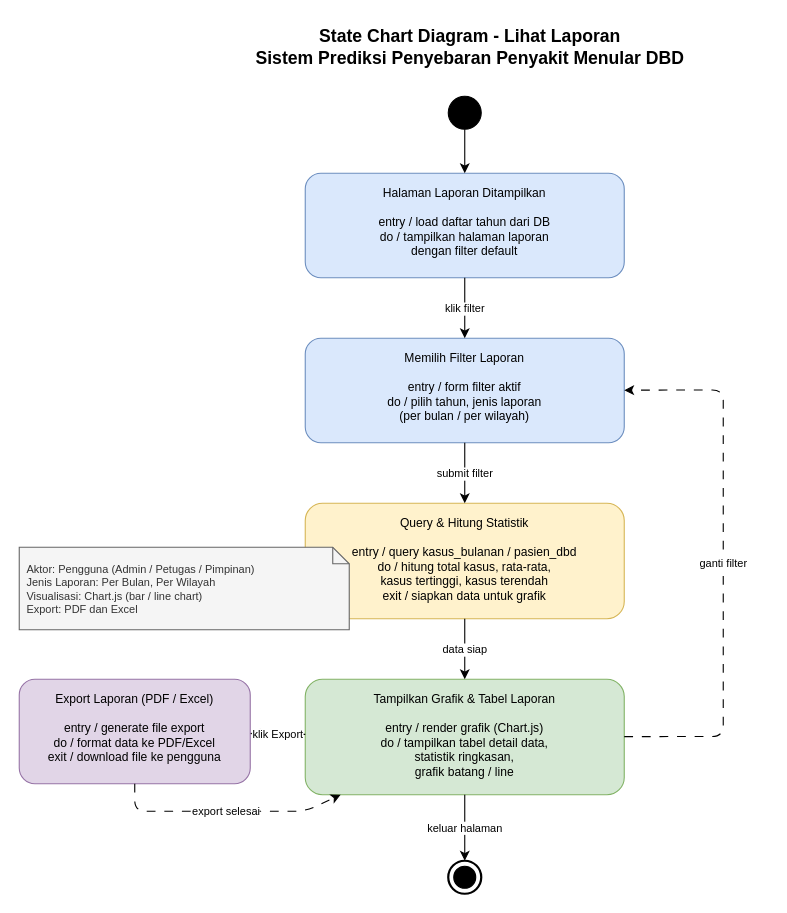
Above: Dokumen/UML/state_chart_laporan.drawio in Suwardi87/prediksi-DBD (draw.io), before the change. Source tidied: cells renumbered, new cells numbered last; positions are measured from the earlier drawing's top-left corner, leaving out a move shared by most shapes. Both pictures are drawn from the tidied source at 110%, with x=0, y=0 at pixel (19, 19).
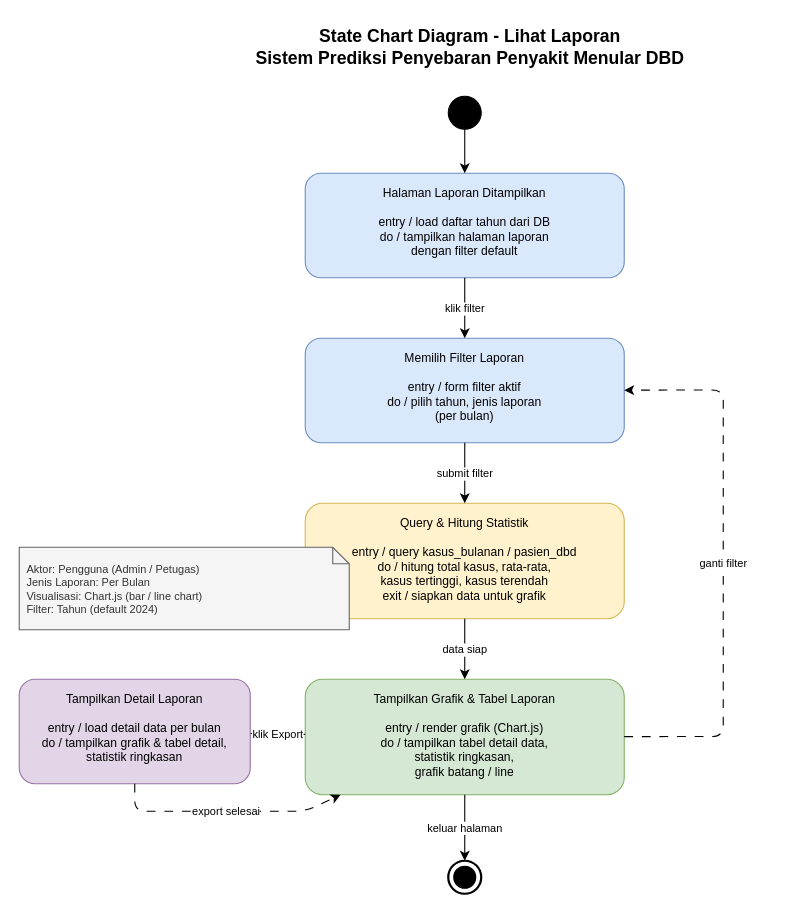
The same diagram, later.

The edit, as a diff of the source:
```diff
@@
-    <mxCell id="6" value="Memilih Filter Laporan&#10;&#10;entry / form filter aktif&#10;do / pilih tahun, jenis laporan&#10;       (per bulan / per wilayah)" style="rounded=1;whiteSpace=wrap;html=1;fillColor=#dae8fc;strokeColor=#6c8ebf;fontSize=11;verticalAlign=top;spacingTop=5;" parent="1" vertex="1">
+    <mxCell id="6" value="Memilih Filter Laporan&#10;&#10;entry / form filter aktif&#10;do / pilih tahun, jenis laporan&#10;       (per bulan)" style="rounded=1;whiteSpace=wrap;html=1;fillColor=#dae8fc;strokeColor=#6c8ebf;fontSize=11;verticalAlign=top;spacingTop=5;" parent="1" vertex="1">
       <mxGeometry x="260" y="290" width="290" height="95" as="geometry" />
     </mxCell>
@@
-    <mxCell id="13" value="Export Laporan (PDF / Excel)&#10;&#10;entry / generate file export&#10;do / format data ke PDF/Excel&#10;exit / download file ke pengguna" style="rounded=1;whiteSpace=wrap;html=1;fillColor=#e1d5e7;strokeColor=#9673a6;fontSize=11;verticalAlign=top;spacingTop=5;" parent="1" vertex="1">
+    <mxCell id="13" value="Tampilkan Detail Laporan&#10;&#10;entry / load detail data per bulan&#10;do / tampilkan grafik &amp; tabel detail,&#10;       statistik ringkasan" style="rounded=1;whiteSpace=wrap;html=1;fillColor=#e1d5e7;strokeColor=#9673a6;fontSize=11;verticalAlign=top;spacingTop=5;" parent="1" vertex="1">
       <mxGeometry y="600" width="210" height="95" as="geometry" />
     </mxCell>
@@
-    <mxCell id="19" value="Aktor: Pengguna (Admin / Petugas / Pimpinan)&#10;Jenis Laporan: Per Bulan, Per Wilayah&#10;Visualisasi: Chart.js (bar / line chart)&#10;Export: PDF dan Excel" style="shape=note;whiteSpace=wrap;html=1;backgroundOutline=1;size=15;fillColor=#f5f5f5;strokeColor=#666666;fontColor=#333333;fontSize=10;align=left;spacingLeft=5;" parent="1" vertex="1">
+    <mxCell id="19" value="Aktor: Pengguna (Admin / Petugas)&#10;Jenis Laporan: Per Bulan&#10;Visualisasi: Chart.js (bar / line chart)&#10;Filter: Tahun (default 2024)" style="shape=note;whiteSpace=wrap;html=1;backgroundOutline=1;size=15;fillColor=#f5f5f5;strokeColor=#666666;fontColor=#333333;fontSize=10;align=left;spacingLeft=5;" parent="1" vertex="1">
       <mxGeometry y="480" width="300" height="75" as="geometry" />
     </mxCell>
```
